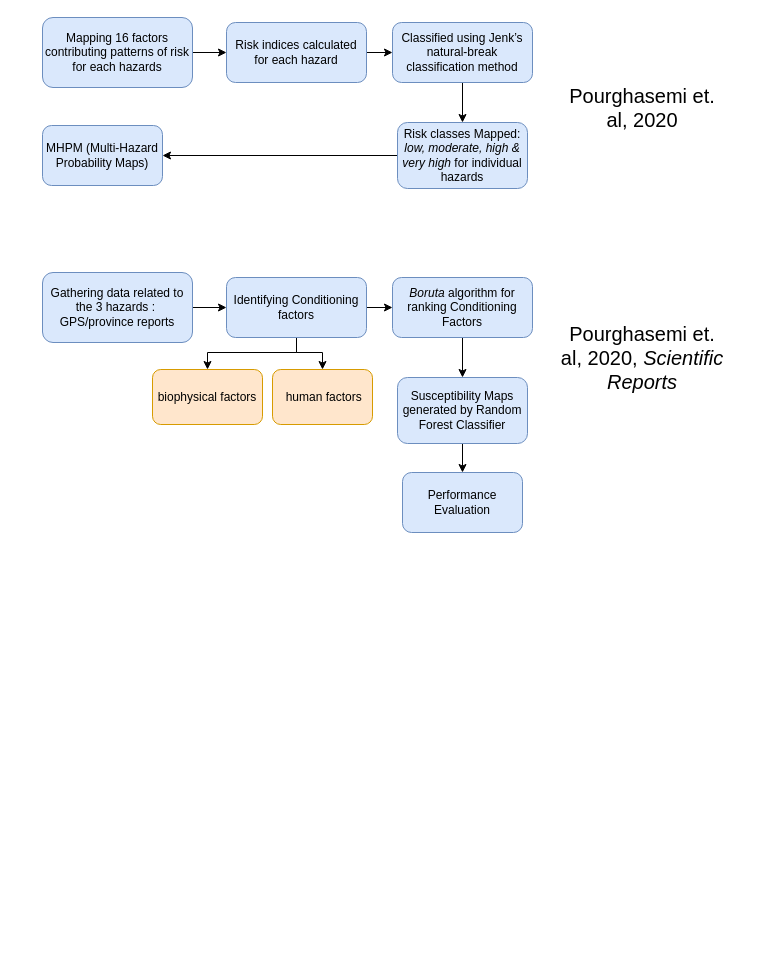
Above: ICARS.drawio in rachitiirs/ICARS (draw.io), before the change. Source tidied: cells renumbered, new cells numbered last; positions are measured from the earlier drawing's top-left corner, leaving out a move shared by most shapes. Both pictures are drawn from the tidied source at 100%, with x=0, y=0 at pixel (42, 17).
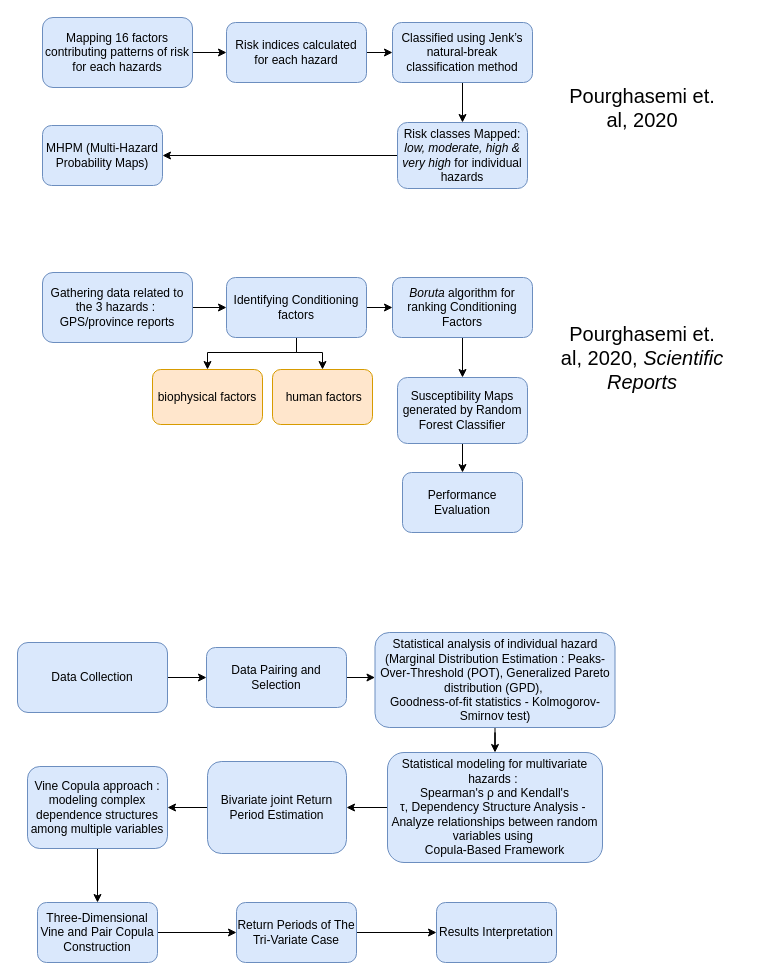
The same page after the edit.

What changed in the source:
```diff
@@
+    <mxCell id="26" style="edgeStyle=orthogonalEdgeStyle;rounded=0;jettySize=auto;html=1;entryX=0;entryY=0.5;entryDx=0;entryDy=0;" parent="1" edge="1" source="27" target="29">
+      <mxGeometry relative="1" as="geometry" />
+    </mxCell>
+    <mxCell id="27" value="Data Collection" style="rounded=1;whiteSpace=wrap;html=1;fontSize=12;glass=0;strokeWidth=1;shadow=0;fillColor=#dae8fc;strokeColor=#6c8ebf;" parent="1" vertex="1">
+      <mxGeometry x="-25" y="625" width="150" height="70" as="geometry" />
+    </mxCell>
+    <mxCell id="28" style="edgeStyle=orthogonalEdgeStyle;rounded=0;jettySize=auto;html=1;" parent="1" edge="1" source="29" target="35">
+      <mxGeometry relative="1" as="geometry">
+        <Array as="points">
+          <mxPoint x="330" y="660" />
+          <mxPoint x="330" y="660" />
+        </Array>
+      </mxGeometry>
+    </mxCell>
+    <mxCell id="29" value="&lt;div style=&quot;&quot;&gt;&lt;span style=&quot;&quot;&gt;Data Pairing and Selection&lt;/span&gt;&lt;br&gt;&lt;/div&gt;" style="rounded=1;whiteSpace=wrap;html=1;fontSize=12;glass=0;strokeWidth=1;shadow=0;fillColor=#dae8fc;strokeColor=#6c8ebf;" parent="1" vertex="1">
+      <mxGeometry x="164" y="630" width="140" height="60" as="geometry" />
+    </mxCell>
+    <mxCell id="30" style="edgeStyle=orthogonalEdgeStyle;rounded=0;jettySize=auto;html=1;" parent="1" edge="1" source="31" target="33">
+      <mxGeometry relative="1" as="geometry" />
+    </mxCell>
+    <mxCell id="31" value="&lt;div&gt;&lt;span style=&quot;background-color: initial;&quot;&gt;Bivariate joint Return Period Estimation&lt;/span&gt;&lt;br&gt;&lt;/div&gt;" style="whiteSpace=wrap;html=1;rounded=1;glass=0;strokeWidth=1;shadow=0;fillColor=#dae8fc;strokeColor=#6c8ebf;" parent="1" vertex="1">
+      <mxGeometry x="165" y="744" width="139" height="92" as="geometry" />
+    </mxCell>
+    <mxCell id="32" style="edgeStyle=orthogonalEdgeStyle;rounded=0;jettySize=auto;html=1;" parent="1" edge="1" source="33" target="41">
+      <mxGeometry relative="1" as="geometry" />
+    </mxCell>
+    <mxCell id="33" value="Vine Copula approach : modeling complex dependence structures among multiple variables" style="whiteSpace=wrap;html=1;fillColor=#dae8fc;strokeColor=#6c8ebf;rounded=1;glass=0;strokeWidth=1;shadow=0;" parent="1" vertex="1">
+      <mxGeometry x="-15" y="749" width="140" height="82" as="geometry" />
+    </mxCell>
+    <mxCell id="34" style="edgeStyle=orthogonalEdgeStyle;rounded=0;jettySize=auto;html=1;entryX=0.5;entryY=0;entryDx=0;entryDy=0;" parent="1" edge="1" source="35" target="37">
+      <mxGeometry relative="1" as="geometry" />
+    </mxCell>
+    <mxCell id="35" value="Statistical analysis of individual hazard&lt;div&gt;(&lt;span style=&quot;background-color: initial;&quot;&gt;Marginal Distribution Estimation :&amp;nbsp;&lt;/span&gt;&lt;span style=&quot;background-color: initial;&quot;&gt;Peaks-Over-Threshold (POT), G&lt;/span&gt;&lt;span style=&quot;background-color: initial;&quot;&gt;eneralized Pareto distribution (GPD),&amp;nbsp;&lt;/span&gt;&lt;/div&gt;&lt;div&gt;&lt;span style=&quot;background-color: initial;&quot;&gt;Goodness-of-fit statistics - Kolmogorov-Smirnov test&lt;/span&gt;&lt;span style=&quot;background-color: initial;&quot;&gt;)&lt;/span&gt;&lt;/div&gt;" style="whiteSpace=wrap;html=1;fillColor=#dae8fc;strokeColor=#6c8ebf;rounded=1;glass=0;strokeWidth=1;shadow=0;" parent="1" vertex="1">
+      <mxGeometry x="332.5" y="615" width="240" height="95" as="geometry" />
+    </mxCell>
+    <mxCell id="36" style="edgeStyle=orthogonalEdgeStyle;rounded=0;jettySize=auto;html=1;entryX=1;entryY=0.5;entryDx=0;entryDy=0;" parent="1" edge="1" source="37" target="31">
+      <mxGeometry relative="1" as="geometry" />
+    </mxCell>
+    <mxCell id="37" value="Statistical modeling for multivariate hazards :&amp;nbsp;&lt;div&gt;Spearman's ρ and Kendall's τ,&amp;nbsp;&lt;span style=&quot;background-color: initial;&quot;&gt;Dependency Structure Analysis -&amp;nbsp;&lt;/span&gt;&lt;/div&gt;&lt;div&gt;Analyze relationships between random variables using&amp;nbsp;&lt;/div&gt;&lt;div&gt;Copula-Based Framework&lt;/div&gt;" style="whiteSpace=wrap;html=1;fillColor=#dae8fc;strokeColor=#6c8ebf;rounded=1;glass=0;strokeWidth=1;shadow=0;" parent="1" vertex="1">
+      <mxGeometry x="345" y="735" width="215" height="110" as="geometry" />
+    </mxCell>
+    <mxCell id="38" style="edgeStyle=orthogonalEdgeStyle;rounded=0;jettySize=auto;html=1;" parent="1" edge="1" source="39" target="42">
+      <mxGeometry relative="1" as="geometry" />
+    </mxCell>
+    <mxCell id="39" value="Return Periods of The Tri-Variate Case" style="whiteSpace=wrap;html=1;fillColor=#dae8fc;strokeColor=#6c8ebf;rounded=1;glass=0;strokeWidth=1;shadow=0;" parent="1" vertex="1">
+      <mxGeometry x="194" y="885" width="120" height="60" as="geometry" />
+    </mxCell>
+    <mxCell id="40" style="edgeStyle=orthogonalEdgeStyle;rounded=0;jettySize=auto;html=1;entryX=0;entryY=0.5;entryDx=0;entryDy=0;" parent="1" edge="1" source="41" target="39">
+      <mxGeometry relative="1" as="geometry" />
+    </mxCell>
+    <mxCell id="41" value="Three-Dimensional Vine and Pair Copula Construction" style="whiteSpace=wrap;html=1;fillColor=#dae8fc;strokeColor=#6c8ebf;rounded=1;glass=0;strokeWidth=1;shadow=0;" parent="1" vertex="1">
+      <mxGeometry x="-5" y="885" width="120" height="60" as="geometry" />
+    </mxCell>
+    <mxCell id="42" value="Results Interpretation" style="whiteSpace=wrap;html=1;fillColor=#dae8fc;strokeColor=#6c8ebf;rounded=1;glass=0;strokeWidth=1;shadow=0;" parent="1" vertex="1">
+      <mxGeometry x="394" y="885" width="120" height="60" as="geometry" />
+    </mxCell>
```
